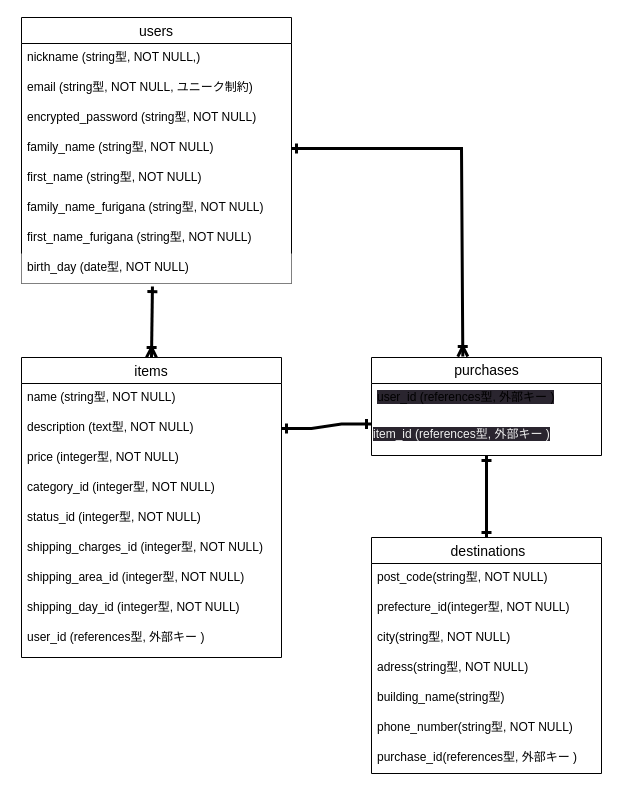
This is DB.dio from shinku4269/furima-39374, a draw.io file, before an edit. Source tidied: cells renumbered, new cells numbered last; positions are measured from the earlier drawing's top-left corner, leaving out a move shared by most shapes. Both pictures are drawn from the tidied source at 100%, with x=0, y=0 at pixel (21, 17).
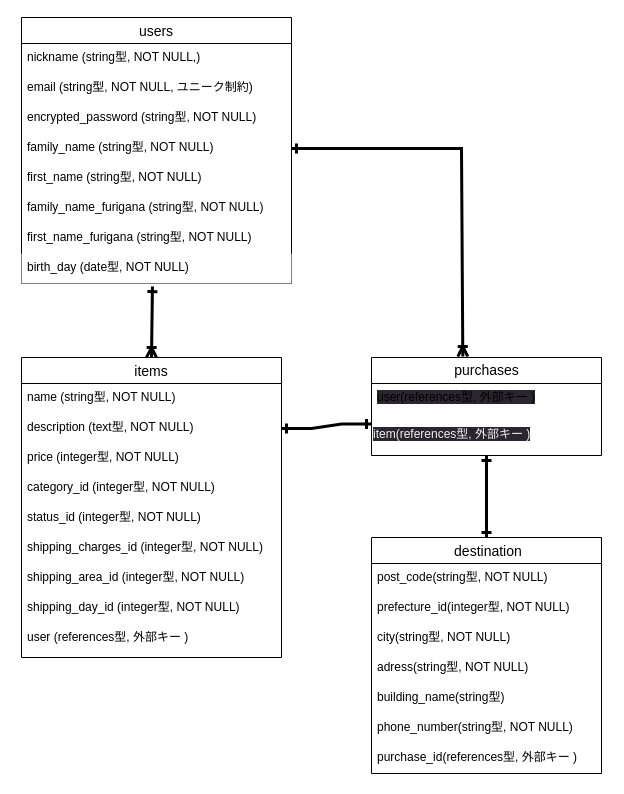
The same page after the edit.

Unchanged cells that the change refers to:
```xml
<mxCell id="12" value="items" style="swimlane;fontStyle=0;horizontal=1;startSize=26;align=center;fontSize=14;shadow=0;labelBackgroundColor=default;labelBorderColor=none;strokeColor=default;" parent="1" vertex="1">
  <mxGeometry y="340" width="260" height="300" as="geometry" />
</mxCell>
<mxCell id="22" value="purchases" style="swimlane;fontStyle=0;horizontal=1;startSize=26;align=center;fontSize=14;shadow=0;labelBackgroundColor=default;labelBorderColor=none;strokeColor=default;html=1;swimlaneFillColor=default;" parent="1" vertex="1">
  <mxGeometry x="350" y="340" width="230" height="98" as="geometry" />
</mxCell>
```

What changed in the source:
```diff
@@
-    <mxCell id="21" value="user_id (references型, 外部キー )" style="text;strokeColor=none;fillColor=none;spacingLeft=4;spacingRight=4;overflow=hidden;fontSize=12;sketch=1;curveFitting=1;jiggle=2;" parent="12" vertex="1">
+    <mxCell id="21" value="user (references型, 外部キー )" style="text;strokeColor=none;fillColor=none;spacingLeft=4;spacingRight=4;overflow=hidden;fontSize=12;sketch=1;curveFitting=1;jiggle=2;" parent="12" vertex="1">
       <mxGeometry y="266" width="260" height="34" as="geometry" />
     </mxCell>
@@
-    <mxCell id="23" value="&lt;span style=&quot;background-color: rgb(42, 37, 47);&quot;&gt;user_id (references型, 外部キー )&lt;/span&gt;" style="text;strokeColor=none;fillColor=none;spacingLeft=4;spacingRight=4;overflow=hidden;fontSize=12;shadow=1;labelBackgroundColor=default;labelBorderColor=none;html=1;sketch=1;curveFitting=1;jiggle=2;" parent="22" vertex="1">
+    <mxCell id="23" value="&lt;span style=&quot;background-color: rgb(42, 37, 47);&quot;&gt;user(references型, 外部キー )&lt;/span&gt;" style="text;strokeColor=none;fillColor=none;spacingLeft=4;spacingRight=4;overflow=hidden;fontSize=12;shadow=1;labelBackgroundColor=default;labelBorderColor=none;html=1;sketch=1;curveFitting=1;jiggle=2;" parent="22" vertex="1">
       <mxGeometry y="26" width="230" height="30" as="geometry" />
     </mxCell>
-    <mxCell id="24" value="&lt;span style=&quot;color: rgb(240, 240, 240); font-family: Helvetica; font-size: 12px; font-style: normal; font-variant-ligatures: normal; font-variant-caps: normal; font-weight: 400; letter-spacing: normal; orphans: 2; text-align: left; text-indent: 0px; text-transform: none; widows: 2; word-spacing: 0px; -webkit-text-stroke-width: 0px; background-color: rgb(42, 37, 47); text-decoration-thickness: initial; text-decoration-style: initial; text-decoration-color: initial; float: none; display: inline !important;&quot;&gt;item_id (references型, 外部キー )&lt;/span&gt;" style="text;whiteSpace=wrap;html=1;fontSize=20;fontFamily=Architects Daughter;" parent="22" vertex="1">
+    <mxCell id="24" value="&lt;span style=&quot;color: rgb(240, 240, 240); font-family: Helvetica; font-size: 12px; font-style: normal; font-variant-ligatures: normal; font-variant-caps: normal; font-weight: 400; letter-spacing: normal; orphans: 2; text-align: left; text-indent: 0px; text-transform: none; widows: 2; word-spacing: 0px; -webkit-text-stroke-width: 0px; background-color: rgb(42, 37, 47); text-decoration-thickness: initial; text-decoration-style: initial; text-decoration-color: initial; float: none; display: inline !important;&quot;&gt;item(references型, 外部キー )&lt;/span&gt;" style="text;whiteSpace=wrap;html=1;fontSize=20;fontFamily=Architects Daughter;" parent="22" vertex="1">
       <mxGeometry y="56" width="230" height="42" as="geometry" />
     </mxCell>
@@
-    <mxCell id="27" value=" destinations" style="swimlane;fontStyle=0;horizontal=1;startSize=26;align=center;fontSize=14;hachureGap=4;strokeColor=default;fontFamily=Helvetica;fillColor=default;" parent="1" vertex="1">
+    <mxCell id="27" value=" destination" style="swimlane;fontStyle=0;horizontal=1;startSize=26;align=center;fontSize=14;hachureGap=4;strokeColor=default;fontFamily=Helvetica;fillColor=default;" parent="1" vertex="1">
       <mxGeometry x="350" y="520" width="230" height="236" as="geometry" />
     </mxCell>
```
